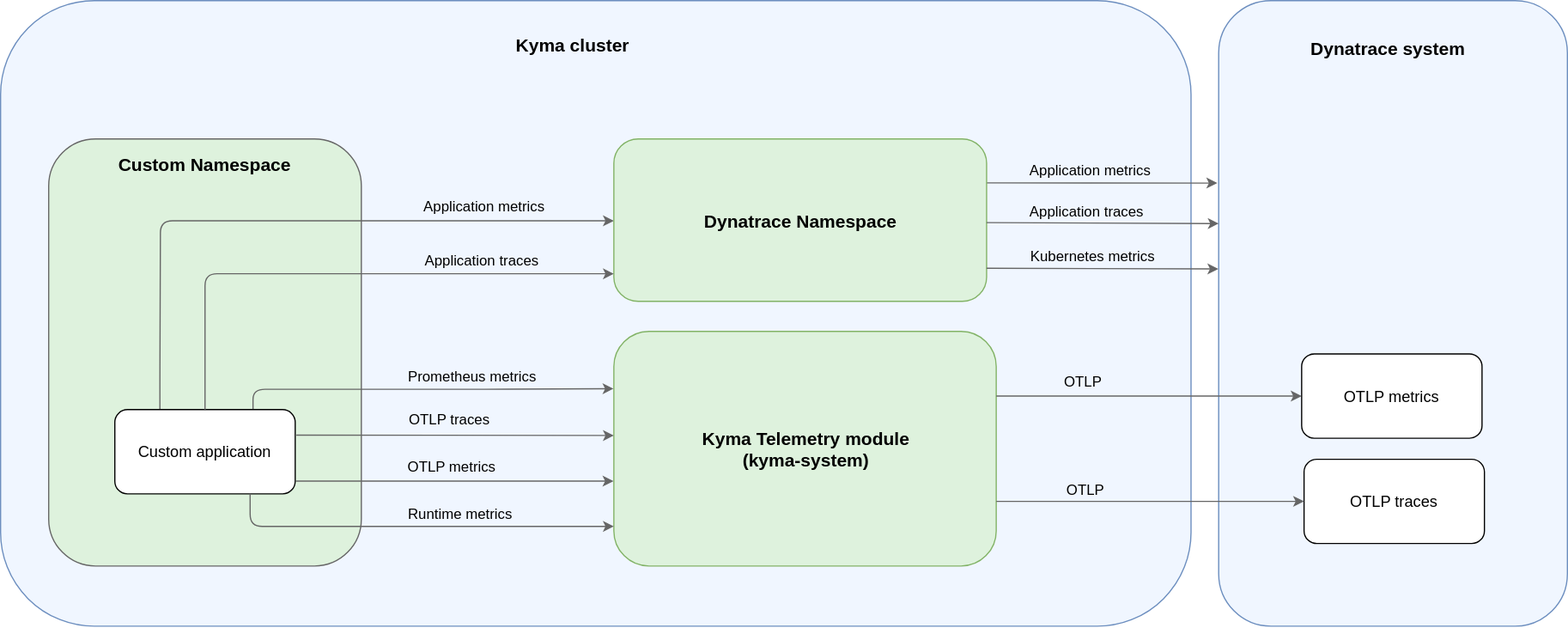
This is docs/user/integration/dynatrace/assets/integration.drawio.svg from kyma-project/telemetry-manager, a draw.io export, as it was before one commit. Source tidied: cells renumbered, new cells last; positions are measured from the earlier drawing's top-left corner, leaving out a move shared by most shapes.
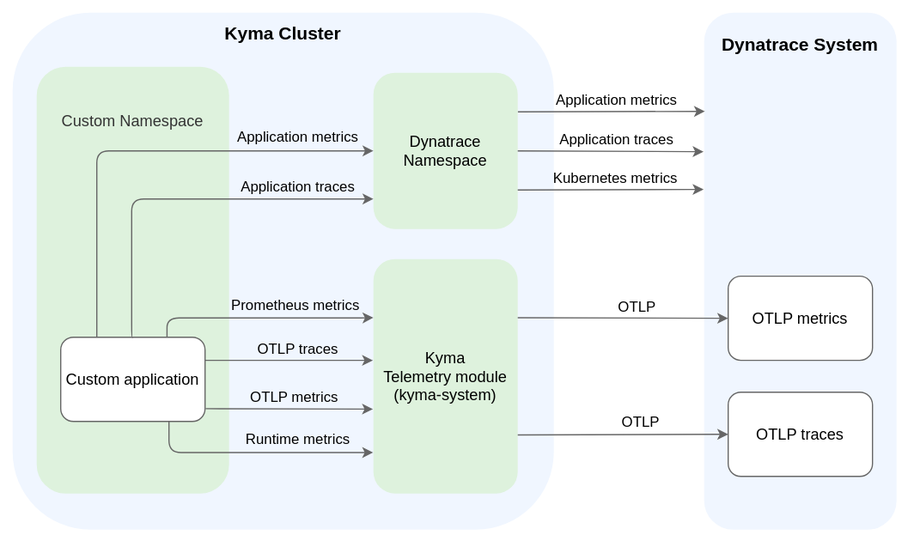
The same file after the commit.

Commit message:
adjust dynatrace diagram to styleguide

Diff of the diagram source:
```diff
@@ -2,170 +2,141 @@
   <root>
     <mxCell id="0" />
     <mxCell id="1" parent="0" />
+    <mxCell id="37" style="rounded=0;whiteSpace=wrap;html=1;strokeColor=none;" parent="1" vertex="1">
+      <mxGeometry x="-80" y="-20" width="760" height="450" as="geometry" />
+    </mxCell>
-    <mxCell id="2" style="rounded=1;whiteSpace=wrap;html=1;fillColor=#F0F6FF;strokeColor=#6c8ebf;" parent="1" vertex="1">
-      <mxGeometry width="990" height="520" as="geometry" />
+    <mxCell id="2" value="&lt;b&gt;&lt;font style=&quot;font-size: 15px;&quot;&gt;Kyma Cluster&lt;br&gt;&lt;br&gt;&lt;br&gt;&lt;br&gt;&lt;br&gt;&lt;br&gt;&lt;br&gt;&lt;br&gt;&lt;br&gt;&lt;br&gt;&lt;br&gt;&lt;br&gt;&lt;br&gt;&lt;br&gt;&lt;br&gt;&lt;br&gt;&lt;br&gt;&lt;br&gt;&lt;br&gt;&lt;br&gt;&lt;br&gt;&lt;br&gt;&lt;br&gt;&lt;/font&gt;&lt;/b&gt;" style="rounded=1;whiteSpace=wrap;html=1;fillColor=#F0F6FF;strokeColor=none;" parent="1" vertex="1">
+      <mxGeometry x="-70" y="-10" width="450" height="430" as="geometry" />
     </mxCell>
-    <mxCell id="3" style="rounded=1;whiteSpace=wrap;html=1;fillColor=#DEF2DD;fontColor=#333333;strokeColor=#666666;" parent="1" vertex="1">
-      <mxGeometry x="40" y="115" width="260" height="355" as="geometry" />
+    <mxCell id="3" value="&lt;font style=&quot;font-size: 13px;&quot;&gt;Custom Namespace&lt;br&gt;&lt;br&gt;&lt;br&gt;&lt;br&gt;&lt;br&gt;&lt;br&gt;&lt;br&gt;&lt;br&gt;&lt;br&gt;&lt;br&gt;&lt;br&gt;&lt;br&gt;&lt;br&gt;&lt;br&gt;&lt;br&gt;&lt;br&gt;&lt;br&gt;&lt;br&gt;&lt;/font&gt;" style="rounded=1;whiteSpace=wrap;html=1;fillColor=#DEF2DD;fontColor=#333333;strokeColor=none;" parent="1" vertex="1">
+      <mxGeometry x="-50" y="35" width="160" height="355" as="geometry" />
     </mxCell>
-    <mxCell id="4" style="rounded=1;whiteSpace=wrap;html=1;fillColor=#DEF2DD;strokeColor=#82b366;" parent="1" vertex="1">
-      <mxGeometry x="510" y="275" width="318" height="195" as="geometry" />
+    <mxCell id="4" value="&lt;font style=&quot;font-size: 13px;&quot;&gt;Kyma &lt;br&gt;Telemetry module&lt;br style=&quot;border-color: var(--border-color);&quot;&gt;(kyma-system)&lt;/font&gt;" style="rounded=1;whiteSpace=wrap;html=1;fillColor=#DEF2DD;strokeColor=none;" parent="1" vertex="1">
+      <mxGeometry x="230" y="195" width="120" height="195" as="geometry" />
     </mxCell>
-    <mxCell id="5" style="rounded=1;whiteSpace=wrap;html=1;fillColor=#F0F6FF;strokeColor=#6C8EBF;" parent="1" vertex="1">
-      <mxGeometry x="1013" width="290" height="520" as="geometry" />
+    <mxCell id="5" value="&lt;font style=&quot;font-size: 15px;&quot;&gt;&lt;b&gt;Dynatrace System&lt;br&gt;&lt;br&gt;&lt;br&gt;&lt;br&gt;&lt;br&gt;&lt;br&gt;&lt;br&gt;&lt;br&gt;&lt;br&gt;&lt;br&gt;&lt;br&gt;&lt;br&gt;&lt;br&gt;&lt;br&gt;&lt;br&gt;&lt;br&gt;&lt;br&gt;&lt;br&gt;&lt;br&gt;&lt;br&gt;&lt;br&gt;&lt;br&gt;&lt;/b&gt;&lt;/font&gt;" style="rounded=1;whiteSpace=wrap;html=1;fillColor=#F0F6FF;strokeColor=none;" parent="1" vertex="1">
+      <mxGeometry x="505" y="-10" width="160" height="430" as="geometry" />
     </mxCell>
-    <mxCell id="6" value="Dynatrace system" style="text;html=1;strokeColor=none;fillColor=none;align=center;verticalAlign=middle;whiteSpace=wrap;rounded=0;fontStyle=1;fontSize=15;" parent="1" vertex="1">
-      <mxGeometry x="1013" width="282" height="80" as="geometry" />
-    </mxCell>
-    <mxCell id="7" value="&lt;font style=&quot;font-size: 15px;&quot;&gt;Kyma cluster&lt;/font&gt;" style="text;html=1;strokeColor=none;fillColor=none;align=center;verticalAlign=middle;whiteSpace=wrap;rounded=0;fontStyle=1;fontSize=24;" parent="1" vertex="1">
-      <mxGeometry x="391" y="20" width="170" height="30" as="geometry" />
-    </mxCell>
-    <mxCell id="8" value="Custom Namespace" style="text;html=1;strokeColor=none;fillColor=none;align=center;verticalAlign=middle;whiteSpace=wrap;rounded=0;fontStyle=1;fontSize=15;" parent="1" vertex="1">
-      <mxGeometry x="50" y="121" width="240" height="30" as="geometry" />
-    </mxCell>
-    <mxCell id="9" style="edgeStyle=none;rounded=0;jettySize=auto;html=1;exitX=1;exitY=0.5;exitDx=0;exitDy=0;entryX=0;entryY=0.5;entryDx=0;entryDy=0;strokeColor=#666666;" parent="1" edge="1" target="11">
-      <mxGeometry relative="1" as="geometry">
-        <mxPoint x="828" y="328.8" as="sourcePoint" />
-      </mxGeometry>
+    <mxCell id="9" style="edgeStyle=none;rounded=1;jettySize=auto;html=1;exitX=1;exitY=0.25;exitDx=0;exitDy=0;entryX=0;entryY=0.5;entryDx=0;entryDy=0;strokeColor=#666666;" parent="1" edge="1" source="4" target="11">
+      <mxGeometry relative="1" as="geometry" />
     </mxCell>
-    <mxCell id="10" value="Kyma Telemetry module &lt;br style=&quot;font-size: 15px;&quot;&gt;(kyma-system)" style="text;html=1;strokeColor=none;fillColor=none;align=center;verticalAlign=middle;whiteSpace=wrap;rounded=0;fontStyle=1;fontSize=15;" parent="1" vertex="1">
-      <mxGeometry x="520" y="357.5" width="300" height="30" as="geometry" />
-    </mxCell>
-    <mxCell id="11" value="OTLP metrics" style="rounded=1;whiteSpace=wrap;html=1;fontSize=13;fontStyle=0;" parent="1" vertex="1">
-      <mxGeometry x="1082" y="293.8" width="150" height="70" as="geometry" />
+    <mxCell id="11" value="OTLP metrics" style="rounded=1;whiteSpace=wrap;html=1;fontSize=13;fontStyle=0;strokeColor=#666666;" parent="1" vertex="1">
+      <mxGeometry x="525" y="209.2" width="120" height="70" as="geometry" />
     </mxCell>
-    <mxCell id="12" value="OTLP traces" style="rounded=1;whiteSpace=wrap;html=1;fontSize=13;fontStyle=0;" parent="1" vertex="1">
-      <mxGeometry x="1084" y="381.2" width="150" height="70" as="geometry" />
+    <mxCell id="12" value="OTLP traces" style="rounded=1;whiteSpace=wrap;html=1;fontSize=13;fontStyle=0;strokeColor=#666666;" parent="1" vertex="1">
+      <mxGeometry x="525" y="305.8" width="120" height="70" as="geometry" />
     </mxCell>
-    <mxCell id="13" style="edgeStyle=orthogonalEdgeStyle;rounded=1;jettySize=auto;html=1;exitX=0.25;exitY=0;exitDx=0;exitDy=0;entryX=0;entryY=0.5;entryDx=0;entryDy=0;strokeColor=#666666;" parent="1" edge="1" source="20" target="23">
-      <mxGeometry relative="1" as="geometry">
-        <Array as="points">
-          <mxPoint x="133" y="313" />
-          <mxPoint x="133" y="313" />
-          <mxPoint x="133" y="183" />
-          <mxPoint x="510" y="183" />
-        </Array>
-      </mxGeometry>
-    </mxCell>
-    <mxCell id="14" value="Application metrics" style="edgeLabel;html=1;align=center;verticalAlign=middle;fontStyle=0;fontSize=12;labelBackgroundColor=none;" parent="13" vertex="1">
-      <mxGeometry x="0.43" y="3" relative="1" as="geometry">
-        <mxPoint x="42" y="-9" as="offset" />
-      </mxGeometry>
-    </mxCell>
-    <mxCell id="15" style="edgeStyle=none;rounded=1;jettySize=auto;html=1;exitX=1.006;exitY=0.302;exitDx=0;exitDy=0;entryX=0;entryY=0.25;entryDx=0;entryDy=0;strokeColor=#666666;exitPerimeter=0;" parent="1" edge="1" source="20">
-      <mxGeometry relative="1" as="geometry">
-        <mxPoint x="510" y="361.5" as="targetPoint" />
-      </mxGeometry>
+    <mxCell id="15" style="edgeStyle=none;rounded=1;jettySize=auto;html=1;exitX=0.985;exitY=0.275;exitDx=0;exitDy=0;entryX=-0.003;entryY=0.432;entryDx=0;entryDy=0;strokeColor=#666666;entryPerimeter=0;exitPerimeter=0;" parent="1" edge="1" source="20" target="4">
+      <mxGeometry relative="1" as="geometry" />
     </mxCell>
     <mxCell id="16" value="OTLP traces" style="edgeLabel;html=1;align=center;verticalAlign=middle;labelBackgroundColor=none;fontStyle=0;fontSize=12;" parent="15" vertex="1">
       <mxGeometry x="-0.29" y="2" relative="1" as="geometry">
-        <mxPoint x="32" y="-11" as="offset" />
+        <mxPoint x="28" y="-8" as="offset" />
       </mxGeometry>
     </mxCell>
-    <mxCell id="17" style="edgeStyle=none;rounded=1;jettySize=auto;html=1;exitX=1.004;exitY=0.849;exitDx=0;exitDy=0;entryX=-0.001;entryY=0.638;entryDx=0;entryDy=0;strokeColor=#666666;entryPerimeter=0;exitPerimeter=0;" parent="1" edge="1" source="20" target="4">
+    <mxCell id="17" style="edgeStyle=none;rounded=1;jettySize=auto;html=1;exitX=1.004;exitY=0.849;exitDx=0;exitDy=0;strokeColor=#666666;exitPerimeter=0;entryX=-0.003;entryY=0.64;entryDx=0;entryDy=0;entryPerimeter=0;" parent="1" edge="1" source="20" target="4">
       <mxGeometry relative="1" as="geometry" />
     </mxCell>
     <mxCell id="18" value="OTLP metrics" style="edgeLabel;html=1;align=center;verticalAlign=middle;fontSize=12;fontStyle=0;labelBackgroundColor=none;" parent="17" vertex="1">
       <mxGeometry x="-0.1" y="2" relative="1" as="geometry">
-        <mxPoint x="10" y="-10" as="offset" />
+        <mxPoint x="10" y="-8" as="offset" />
       </mxGeometry>
     </mxCell>
-    <mxCell id="19" style="edgeStyle=orthogonalEdgeStyle;rounded=1;jettySize=auto;html=1;exitX=0.75;exitY=0;exitDx=0;exitDy=0;entryX=-0.001;entryY=0.244;entryDx=0;entryDy=0;entryPerimeter=0;strokeColor=#666666;" parent="1" edge="1" target="4">
+    <mxCell id="19" style="edgeStyle=orthogonalEdgeStyle;rounded=1;jettySize=auto;html=1;exitX=0.75;exitY=0;exitDx=0;exitDy=0;entryX=0;entryY=0.25;entryDx=0;entryDy=0;strokeColor=#666666;" parent="1" edge="1" target="4">
       <mxGeometry relative="1" as="geometry">
-        <mxPoint x="209.9" y="340" as="sourcePoint" />
+        <mxPoint x="58.4" y="260" as="sourcePoint" />
         <Array as="points">
-          <mxPoint x="210" y="323" />
-          <mxPoint x="412" y="323" />
+          <mxPoint x="58.4" y="244" />
+          <mxPoint x="215.6" y="244" />
         </Array>
       </mxGeometry>
     </mxCell>
-    <mxCell id="20" value="Custom application" style="rounded=1;whiteSpace=wrap;html=1;fontSize=13;fontStyle=0;" parent="1" vertex="1">
-      <mxGeometry x="95" y="340" width="150" height="70" as="geometry" />
+    <mxCell id="20" value="Custom application" style="rounded=1;whiteSpace=wrap;html=1;fontSize=13;fontStyle=0;strokeColor=#666666;" parent="1" vertex="1">
+      <mxGeometry x="-30" y="260" width="120" height="70" as="geometry" />
     </mxCell>
-    <mxCell id="21" style="rounded=0;orthogonalLoop=1;jettySize=auto;html=1;exitX=1;exitY=0.5;exitDx=0;exitDy=0;entryX=-0.004;entryY=0.317;entryDx=0;entryDy=0;entryPerimeter=0;strokeColor=#666666;" parent="1" edge="1">
-      <mxGeometry relative="1" as="geometry">
-        <mxPoint x="820" y="151.5" as="sourcePoint" />
-        <mxPoint x="1011.8" y="151.7" as="targetPoint" />
-      </mxGeometry>
+    <mxCell id="21" style="rounded=1;jettySize=auto;html=1;exitX=1;exitY=0.25;exitDx=0;exitDy=0;strokeColor=#666666;entryX=0.004;entryY=0.191;entryDx=0;entryDy=0;entryPerimeter=0;" parent="1" edge="1" source="23" target="5">
+      <mxGeometry relative="1" as="geometry" />
     </mxCell>
     <mxCell id="22" value="Application metrics" style="edgeLabel;html=1;align=center;verticalAlign=middle;fontStyle=0;labelBackgroundColor=none;fontSize=12;" parent="21" vertex="1">
       <mxGeometry x="0.22" y="2" relative="1" as="geometry">
-        <mxPoint x="-31" y="-8" as="offset" />
+        <mxPoint x="-13" y="-8" as="offset" />
       </mxGeometry>
     </mxCell>
-    <mxCell id="23" style="rounded=1;whiteSpace=wrap;html=1;fillColor=#DEF2DD;strokeColor=#82b366;" parent="1" vertex="1">
-      <mxGeometry x="510" y="115" width="310" height="135" as="geometry" />
+    <mxCell id="23" value="&lt;font style=&quot;font-size: 13px;&quot;&gt;Dynatrace &lt;br&gt;Namespace&lt;/font&gt;" style="rounded=1;whiteSpace=wrap;html=1;fillColor=#DEF2DD;strokeColor=none;" parent="1" vertex="1">
+      <mxGeometry x="230" y="40" width="120" height="130" as="geometry" />
     </mxCell>
-    <mxCell id="24" value="Dynatrace Namespace" style="text;html=1;strokeColor=none;fillColor=none;align=center;verticalAlign=middle;whiteSpace=wrap;rounded=0;fontStyle=1;fontSize=15;" parent="1" vertex="1">
-      <mxGeometry x="519.5" y="167.5" width="291" height="30" as="geometry" />
-    </mxCell>
+    <mxCell id="13" style="edgeStyle=orthogonalEdgeStyle;rounded=1;jettySize=auto;html=1;exitX=0.25;exitY=0;exitDx=0;exitDy=0;entryX=0;entryY=0.5;entryDx=0;entryDy=0;strokeColor=#666666;" parent="1" edge="1" source="20" target="23">
+      <mxGeometry relative="1" as="geometry">
+        <Array as="points">
+          <mxPoint y="105" />
+        </Array>
+      </mxGeometry>
+    </mxCell>
+    <mxCell id="14" value="Application metrics" style="edgeLabel;html=1;align=center;verticalAlign=middle;fontStyle=0;fontSize=12;labelBackgroundColor=none;" parent="13" vertex="1">
+      <mxGeometry x="0.43" y="3" relative="1" as="geometry">
+        <mxPoint x="45" y="-9" as="offset" />
+      </mxGeometry>
+    </mxCell>
     <mxCell id="25" value="&lt;font style=&quot;font-size: 12px;&quot;&gt;OTLP&lt;/font&gt;" style="edgeLabel;html=1;align=center;verticalAlign=middle;fontStyle=0;labelBackgroundColor=none;fontSize=12;" parent="1" vertex="1">
-      <mxGeometry x="890" y="314" as="geometry">
-        <mxPoint x="9" y="2" as="offset" />
+      <mxGeometry x="447.9" y="237" as="geometry">
+        <mxPoint x="1" y="-3" as="offset" />
       </mxGeometry>
     </mxCell>
     <mxCell id="26" value="&lt;font style=&quot;font-size: 12px;&quot;&gt;OTLP&lt;/font&gt;" style="edgeLabel;html=1;align=center;verticalAlign=middle;fontStyle=0;labelBackgroundColor=none;fontSize=12;" parent="1" vertex="1">
-      <mxGeometry x="899" y="406" as="geometry">
+      <mxGeometry x="449.9" y="330" as="geometry">
         <mxPoint x="2" as="offset" />
       </mxGeometry>
     </mxCell>
-    <mxCell id="27" style="endArrow=classic;html=1;rounded=1;edgeStyle=orthogonalEdgeStyle;exitX=0.75;exitY=1;exitDx=0;exitDy=0;strokeColor=#666666;" parent="1" edge="1" source="20">
+    <mxCell id="27" style="endArrow=classic;html=1;rounded=1;edgeStyle=orthogonalEdgeStyle;exitX=0.75;exitY=1;exitDx=0;exitDy=0;strokeColor=#666666;entryX=-0.002;entryY=0.825;entryDx=0;entryDy=0;entryPerimeter=0;" parent="1" edge="1" source="20" target="4">
       <mxGeometry relative="1" as="geometry">
-        <mxPoint x="510" y="437" as="targetPoint" />
         <Array as="points">
-          <mxPoint x="208" y="437" />
-          <mxPoint x="490" y="437" />
+          <mxPoint x="60" y="356" />
         </Array>
       </mxGeometry>
     </mxCell>
     <mxCell id="28" value="Runtime metrics" style="edgeLabel;html=1;align=center;verticalAlign=middle;fontStyle=0;fontSize=12;labelBackgroundColor=none;" parent="27" vertex="1">
       <mxGeometry x="0.17" relative="1" as="geometry">
-        <mxPoint x="8" y="-11" as="offset" />
+        <mxPoint x="17" y="-11" as="offset" />
       </mxGeometry>
     </mxCell>
     <mxCell id="29" value="&lt;span style=&quot;font-weight: normal; font-style: normal;&quot;&gt;&lt;font style=&quot;font-size: 12px;&quot;&gt;Prometheus metrics&lt;/font&gt;&lt;/span&gt;" style="edgeLabel;html=1;align=center;verticalAlign=middle;fontSize=16;fontStyle=3;labelBackgroundColor=none;" parent="1" vertex="1">
-      <mxGeometry x="391" y="310" as="geometry" />
+      <mxGeometry x="211.3" y="227" as="geometry">
+        <mxPoint x="-47" y="4" as="offset" />
+      </mxGeometry>
     </mxCell>
-    <mxCell id="30" style="edgeStyle=orthogonalEdgeStyle;rounded=1;jettySize=auto;html=1;exitX=0.5;exitY=0;exitDx=0;exitDy=0;entryX=-0.006;entryY=0.696;entryDx=0;entryDy=0;entryPerimeter=0;strokeColor=#666666;" parent="1" edge="1" source="20">
+    <mxCell id="30" style="edgeStyle=orthogonalEdgeStyle;rounded=1;jettySize=auto;html=1;exitX=0.5;exitY=0;exitDx=0;exitDy=0;strokeColor=#666666;" parent="1" edge="1" source="20" target="23">
       <mxGeometry relative="1" as="geometry">
-        <mxPoint x="510" y="226" as="targetPoint" />
         <Array as="points">
-          <mxPoint x="170" y="227" />
-          <mxPoint x="510" y="227" />
+          <mxPoint x="29" y="145" />
         </Array>
       </mxGeometry>
     </mxCell>
     <mxCell id="31" value="Application traces" style="edgeLabel;html=1;align=center;verticalAlign=middle;fontStyle=0;fontSize=12;labelBackgroundColor=none;" parent="30" vertex="1">
       <mxGeometry x="0.43" y="3" relative="1" as="geometry">
-        <mxPoint x="16" y="-8" as="offset" />
+        <mxPoint x="26" y="-8" as="offset" />
       </mxGeometry>
     </mxCell>
-    <mxCell id="32" style="rounded=0;orthogonalLoop=1;jettySize=auto;html=1;exitX=1;exitY=0.5;exitDx=0;exitDy=0;entryX=-0.001;entryY=0.457;entryDx=0;entryDy=0;entryPerimeter=0;strokeColor=#666666;" parent="1" edge="1">
-      <mxGeometry relative="1" as="geometry">
-        <mxPoint x="820" y="222.5" as="sourcePoint" />
-        <mxPoint x="1012.7" y="223.1" as="targetPoint" />
-      </mxGeometry>
-    </mxCell>
+    <mxCell id="36" style="edgeStyle=none;rounded=1;jettySize=auto;html=1;exitX=1;exitY=0.75;exitDx=0;exitDy=0;entryX=0;entryY=0.5;entryDx=0;entryDy=0;strokeColor=#666666;" parent="1" edge="1" source="4" target="12">
+      <mxGeometry relative="1" as="geometry" />
+    </mxCell>
+    <mxCell id="38" style="edgeStyle=orthogonalEdgeStyle;rounded=0;orthogonalLoop=1;jettySize=auto;html=1;exitX=0.5;exitY=1;exitDx=0;exitDy=0;" parent="1" edge="1" source="4" target="4">
+      <mxGeometry relative="1" as="geometry" />
+    </mxCell>
+    <mxCell id="39" style="rounded=1;jettySize=auto;html=1;exitX=1;exitY=0.5;exitDx=0;exitDy=0;strokeColor=#666666;entryX=-0.003;entryY=0.269;entryDx=0;entryDy=0;entryPerimeter=0;" parent="1" edge="1" source="23" target="5">
+      <mxGeometry relative="1" as="geometry" />
+    </mxCell>
+    <mxCell id="35" value="Application traces" style="edgeLabel;html=1;align=center;verticalAlign=middle;fontStyle=0;labelBackgroundColor=none;fontSize=12;" parent="39" vertex="1">
+      <mxGeometry x="0.22" y="2" relative="1" as="geometry">
+        <mxPoint x="-13" y="-8" as="offset" />
+      </mxGeometry>
+    </mxCell>
+    <mxCell id="40" style="rounded=1;jettySize=auto;html=1;exitX=1;exitY=0.75;exitDx=0;exitDy=0;strokeColor=#666666;entryX=-0.003;entryY=0.342;entryDx=0;entryDy=0;entryPerimeter=0;" parent="1" edge="1" source="23" target="5">
+      <mxGeometry relative="1" as="geometry" />
+    </mxCell>
-    <mxCell id="33" value="Kubernetes metrics" style="edgeLabel;html=1;align=center;verticalAlign=middle;fontSize=12;fontStyle=0;labelBackgroundColor=none;" parent="32" vertex="1">
+    <mxCell id="33" value="Kubernetes metrics" style="edgeLabel;html=1;align=center;verticalAlign=middle;fontStyle=0;labelBackgroundColor=none;fontSize=12;" parent="40" vertex="1">
       <mxGeometry x="0.22" y="2" relative="1" as="geometry">
-        <mxPoint x="-30" y="-8" as="offset" />
+        <mxPoint x="-13" y="-8" as="offset" />
       </mxGeometry>
     </mxCell>
-    <mxCell id="34" style="rounded=0;orthogonalLoop=1;jettySize=auto;html=1;exitX=1;exitY=0.5;exitDx=0;exitDy=0;entryX=0;entryY=0.383;entryDx=0;entryDy=0;entryPerimeter=0;strokeColor=#666666;" parent="1" edge="1">
-      <mxGeometry relative="1" as="geometry">
-        <mxPoint x="820" y="184.5" as="sourcePoint" />
-        <mxPoint x="1013" y="185.3" as="targetPoint" />
-      </mxGeometry>
-    </mxCell>
-    <mxCell id="35" value="Application traces" style="edgeLabel;html=1;align=center;verticalAlign=middle;fontStyle=0;labelBackgroundColor=none;fontSize=12;" parent="34" vertex="1">
-      <mxGeometry x="0.22" y="2" relative="1" as="geometry">
-        <mxPoint x="-35" y="-8" as="offset" />
-      </mxGeometry>
-    </mxCell>
-    <mxCell id="36" style="edgeStyle=none;rounded=0;jettySize=auto;html=1;exitX=1;exitY=0.5;exitDx=0;exitDy=0;entryX=0;entryY=0.5;entryDx=0;entryDy=0;strokeColor=#666666;" parent="1" edge="1" target="12">
-      <mxGeometry relative="1" as="geometry">
-        <mxPoint x="828" y="416.2" as="sourcePoint" />
-      </mxGeometry>
-    </mxCell>
   </root>
 </mxGraphModel>
```
